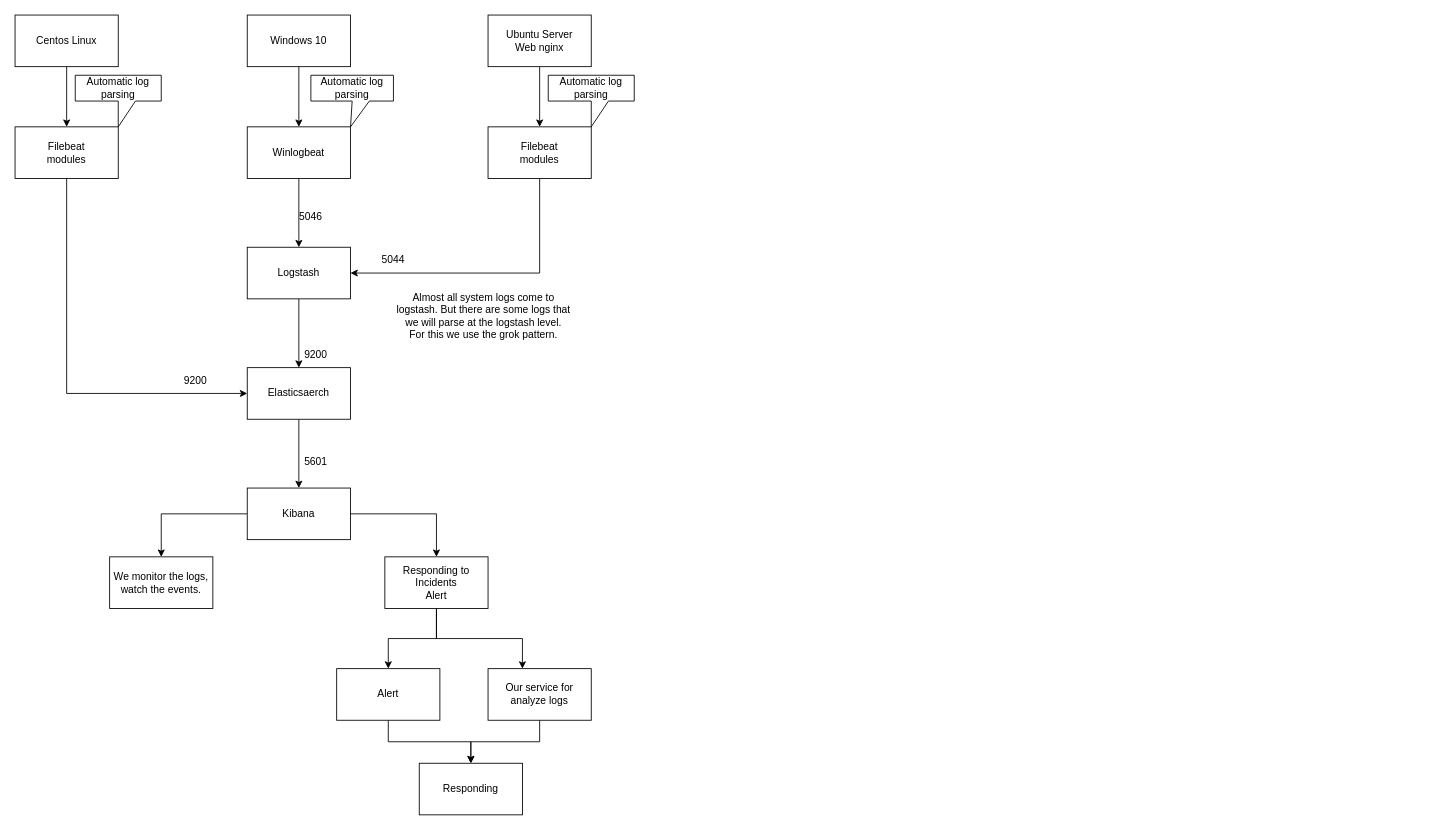
Before: Untitled Diagram.drawio in KDimash/Schema1.0, a draw.io diagram. Source tidied: cells renumbered, new cells numbered last; positions are measured from the earlier drawing's top-left corner, leaving out a move shared by most shapes. Both pictures are drawn from the tidied source at 86%, with x=0, y=0 at pixel (15, 15).
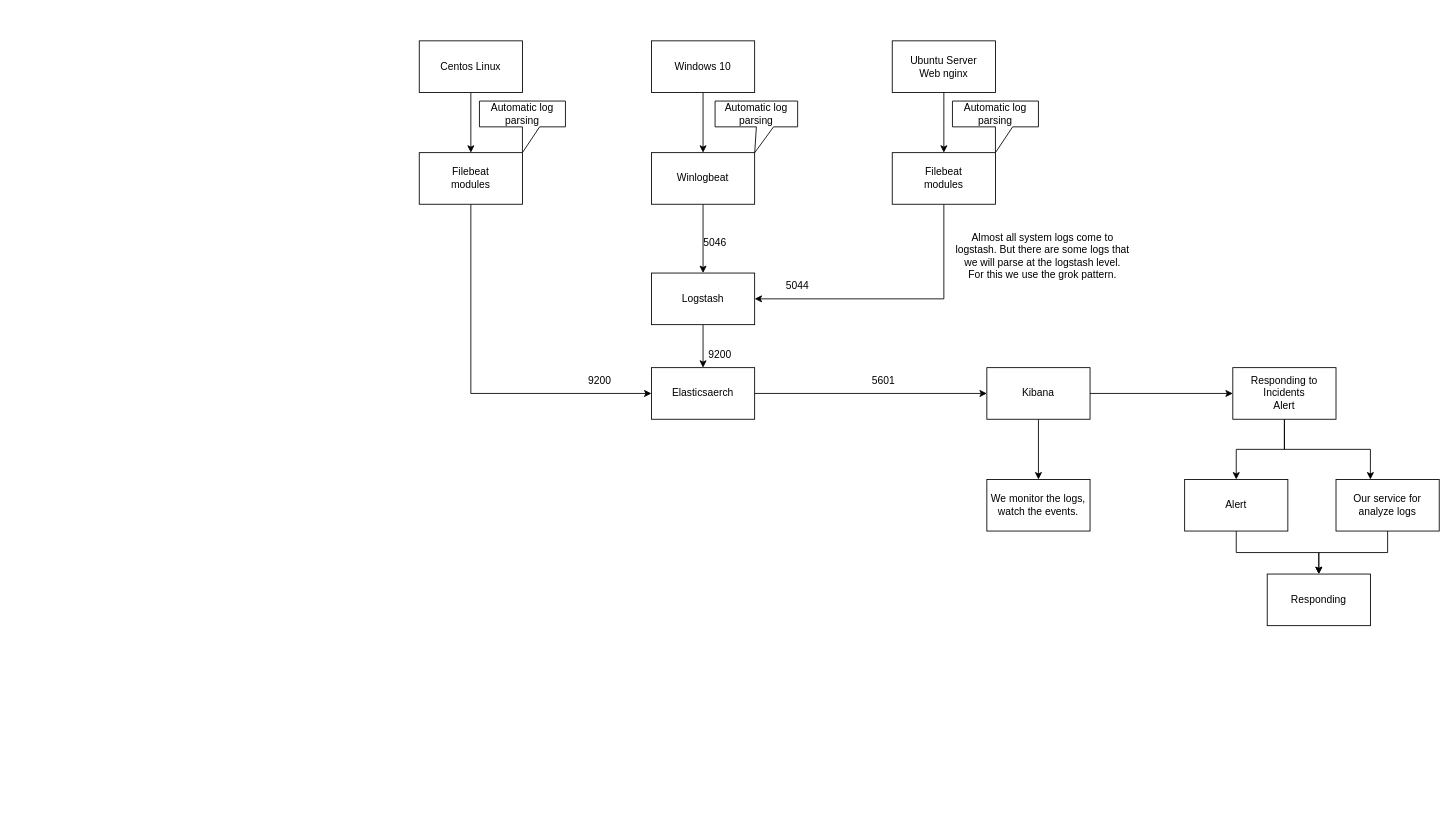
After the change.

The edit, as a diff of the source:
```diff
@@
-    <mxCell id="2" style="edgeStyle=orthogonalEdgeStyle;rounded=0;jettySize=auto;html=1;" parent="1" edge="1" source="3" target="9">
-      <mxGeometry relative="1" as="geometry" />
-    </mxCell>
+    <mxCell id="39" style="edgeStyle=orthogonalEdgeStyle;rounded=0;jettySize=auto;html=1;" parent="1" edge="1" source="3" target="42">
+      <mxGeometry relative="1" as="geometry" />
+    </mxCell>
     <mxCell id="3" value="Centos Linux" style="rounded=0;whiteSpace=wrap;html=1;" parent="1" vertex="1">
-      <mxGeometry width="120" height="60" as="geometry" />
+      <mxGeometry x="470" y="30" width="120" height="60" as="geometry" />
     </mxCell>
-    <mxCell id="4" style="edgeStyle=orthogonalEdgeStyle;rounded=0;jettySize=auto;html=1;" parent="1" edge="1" source="5" target="13">
-      <mxGeometry relative="1" as="geometry" />
-    </mxCell>
+    <mxCell id="40" style="edgeStyle=orthogonalEdgeStyle;rounded=0;jettySize=auto;html=1;" parent="1" edge="1" source="5" target="44">
+      <mxGeometry relative="1" as="geometry" />
+    </mxCell>
     <mxCell id="5" value="Ubuntu Server&lt;br&gt;Web nginx" style="rounded=0;whiteSpace=wrap;html=1;" parent="1" vertex="1">
-      <mxGeometry x="550" width="120" height="60" as="geometry" />
+      <mxGeometry x="1020" y="30" width="120" height="60" as="geometry" />
     </mxCell>
@@
     <mxCell id="7" value="Windows 10" style="rounded=0;whiteSpace=wrap;html=1;" parent="1" vertex="1">
-      <mxGeometry x="270" width="120" height="60" as="geometry" />
+      <mxGeometry x="740" y="30" width="120" height="60" as="geometry" />
     </mxCell>
-    <mxCell id="8" style="edgeStyle=orthogonalEdgeStyle;rounded=0;jettySize=auto;html=1;entryX=0;entryY=0.5;entryDx=0;entryDy=0;" parent="1" edge="1" source="9" target="17">
-      <mxGeometry relative="1" as="geometry">
-        <Array as="points">
-          <mxPoint x="60" y="440" />
-        </Array>
-      </mxGeometry>
-    </mxCell>
-    <mxCell id="9" value="Filebeat&lt;br&gt;modules" style="rounded=0;whiteSpace=wrap;html=1;" parent="1" vertex="1">
-      <mxGeometry y="130" width="120" height="60" as="geometry" />
-    </mxCell>
+    <mxCell id="41" style="edgeStyle=orthogonalEdgeStyle;rounded=0;jettySize=auto;html=1;entryX=0;entryY=0.5;entryDx=0;entryDy=0;" parent="1" edge="1" source="42" target="17">
+      <mxGeometry relative="1" as="geometry">
+        <Array as="points">
+          <mxPoint x="530" y="440" />
+        </Array>
+      </mxGeometry>
+    </mxCell>
+    <mxCell id="42" value="Filebeat&lt;br&gt;modules" style="rounded=0;whiteSpace=wrap;html=1;" parent="1" vertex="1">
+      <mxGeometry x="470" y="160" width="120" height="60" as="geometry" />
+    </mxCell>
@@
     <mxCell id="11" value="Winlogbeat&lt;br&gt;" style="rounded=0;whiteSpace=wrap;html=1;" parent="1" vertex="1">
-      <mxGeometry x="270" y="130" width="120" height="60" as="geometry" />
+      <mxGeometry x="740" y="160" width="120" height="60" as="geometry" />
     </mxCell>
-    <mxCell id="12" style="edgeStyle=orthogonalEdgeStyle;rounded=0;jettySize=auto;html=1;entryX=1;entryY=0.5;entryDx=0;entryDy=0;exitX=0.5;exitY=1;exitDx=0;exitDy=0;" parent="1" edge="1" source="13" target="15">
-      <mxGeometry relative="1" as="geometry" />
-    </mxCell>
-    <mxCell id="13" value="Filebeat&lt;br&gt;modules" style="rounded=0;whiteSpace=wrap;html=1;" parent="1" vertex="1">
-      <mxGeometry x="550" y="130" width="120" height="60" as="geometry" />
-    </mxCell>
+    <mxCell id="43" style="edgeStyle=orthogonalEdgeStyle;rounded=0;jettySize=auto;html=1;entryX=1;entryY=0.5;entryDx=0;entryDy=0;exitX=0.5;exitY=1;exitDx=0;exitDy=0;" parent="1" edge="1" source="44" target="15">
+      <mxGeometry relative="1" as="geometry" />
+    </mxCell>
+    <mxCell id="44" value="Filebeat&lt;br&gt;modules" style="rounded=0;whiteSpace=wrap;html=1;" parent="1" vertex="1">
+      <mxGeometry x="1020" y="160" width="120" height="60" as="geometry" />
+    </mxCell>
@@
     <mxCell id="15" value="Logstash" style="rounded=0;whiteSpace=wrap;html=1;" parent="1" vertex="1">
-      <mxGeometry x="270" y="270" width="120" height="60" as="geometry" />
+      <mxGeometry x="740" y="300" width="120" height="60" as="geometry" />
     </mxCell>
-    <mxCell id="16" style="edgeStyle=orthogonalEdgeStyle;rounded=0;jettySize=auto;html=1;entryX=0.5;entryY=0;entryDx=0;entryDy=0;" parent="1" edge="1" source="17" target="20">
+    <mxCell id="16" style="edgeStyle=orthogonalEdgeStyle;rounded=0;jettySize=auto;html=1;entryX=0;entryY=0.5;entryDx=0;entryDy=0;" parent="1" edge="1" source="17" target="20">
       <mxGeometry relative="1" as="geometry" />
     </mxCell>
     <mxCell id="17" value="Elasticsaerch" style="rounded=0;whiteSpace=wrap;html=1;" parent="1" vertex="1">
-      <mxGeometry x="270" y="410" width="120" height="60" as="geometry" />
+      <mxGeometry x="740" y="410" width="120" height="60" as="geometry" />
     </mxCell>
@@
     <mxCell id="20" value="Kibana" style="rounded=0;whiteSpace=wrap;html=1;" parent="1" vertex="1">
-      <mxGeometry x="270" y="550" width="120" height="60" as="geometry" />
+      <mxGeometry x="1130" y="410" width="120" height="60" as="geometry" />
     </mxCell>
-    <mxCell id="21" value="Automatic log parsing" style="shape=callout;whiteSpace=wrap;html=1;perimeter=calloutPerimeter;" parent="1" vertex="1">
-      <mxGeometry x="70" y="70" width="100" height="60" as="geometry" />
-    </mxCell>
+    <mxCell id="45" value="Automatic log parsing" style="shape=callout;whiteSpace=wrap;html=1;perimeter=calloutPerimeter;" parent="1" vertex="1">
+      <mxGeometry x="540" y="100" width="100" height="60" as="geometry" />
+    </mxCell>
     <mxCell id="22" value="Automatic log parsing" style="shape=callout;whiteSpace=wrap;html=1;perimeter=calloutPerimeter;position2=0.48;" parent="1" vertex="1">
-      <mxGeometry x="344" y="70" width="96" height="60" as="geometry" />
+      <mxGeometry x="814" y="100" width="96" height="60" as="geometry" />
     </mxCell>
-    <mxCell id="23" value="Automatic log parsing" style="shape=callout;whiteSpace=wrap;html=1;perimeter=calloutPerimeter;" parent="1" vertex="1">
-      <mxGeometry x="620" y="70" width="100" height="60" as="geometry" />
-    </mxCell>
+    <mxCell id="46" value="Automatic log parsing" style="shape=callout;whiteSpace=wrap;html=1;perimeter=calloutPerimeter;" parent="1" vertex="1">
+      <mxGeometry x="1090" y="100" width="100" height="60" as="geometry" />
+    </mxCell>
     <mxCell id="24" value="&lt;div&gt;Almost all system logs come to logstash. But there are some logs that we will parse at the logstash level.&lt;/div&gt;&lt;div&gt;For this we use the grok pattern.&lt;/div&gt;" style="text;html=1;strokeColor=none;fillColor=none;align=center;verticalAlign=middle;whiteSpace=wrap;rounded=0;" parent="1" vertex="1">
-      <mxGeometry x="440" y="300" width="210" height="100" as="geometry" />
+      <mxGeometry x="1090" y="230" width="210" height="100" as="geometry" />
     </mxCell>
     <mxCell id="25" value="5044" style="text;html=1;strokeColor=none;fillColor=none;align=center;verticalAlign=middle;whiteSpace=wrap;rounded=0;" parent="1" vertex="1">
-      <mxGeometry x="410" y="270" width="60" height="30" as="geometry" />
+      <mxGeometry x="880" y="300" width="60" height="30" as="geometry" />
     </mxCell>
     <mxCell id="26" value="5046" style="text;html=1;strokeColor=none;fillColor=none;align=center;verticalAlign=middle;whiteSpace=wrap;rounded=0;" parent="1" vertex="1">
-      <mxGeometry x="314" y="220" width="60" height="30" as="geometry" />
+      <mxGeometry x="784" y="250" width="60" height="30" as="geometry" />
     </mxCell>
-    <mxCell id="27" value="9200" style="text;html=1;strokeColor=none;fillColor=none;align=center;verticalAlign=middle;whiteSpace=wrap;rounded=0;" parent="1" vertex="1">
-      <mxGeometry x="180" y="410" width="60" height="30" as="geometry" />
-    </mxCell>
-    <mxCell id="28" value="9200" style="text;html=1;strokeColor=none;fillColor=none;align=center;verticalAlign=middle;whiteSpace=wrap;rounded=0;" parent="1" vertex="1">
-      <mxGeometry x="320" y="380" width="60" height="30" as="geometry" />
-    </mxCell>
+    <mxCell id="47" value="9200" style="text;html=1;strokeColor=none;fillColor=none;align=center;verticalAlign=middle;whiteSpace=wrap;rounded=0;" parent="1" vertex="1">
+      <mxGeometry x="650" y="410" width="60" height="30" as="geometry" />
+    </mxCell>
+    <mxCell id="48" value="9200" style="text;html=1;strokeColor=none;fillColor=none;align=center;verticalAlign=middle;whiteSpace=wrap;rounded=0;" parent="1" vertex="1">
+      <mxGeometry x="790" y="380" width="60" height="30" as="geometry" />
+    </mxCell>
     <mxCell id="29" value="5601" style="text;html=1;strokeColor=none;fillColor=none;align=center;verticalAlign=middle;whiteSpace=wrap;rounded=0;" parent="1" vertex="1">
-      <mxGeometry x="320" y="505" width="60" height="30" as="geometry" />
+      <mxGeometry x="980" y="410" width="60" height="30" as="geometry" />
     </mxCell>
     <mxCell id="30" value="We monitor the logs, watch the events." style="rounded=0;whiteSpace=wrap;html=1;" parent="1" vertex="1">
-      <mxGeometry x="110" y="630" width="120" height="60" as="geometry" />
+      <mxGeometry x="1130" y="540" width="120" height="60" as="geometry" />
     </mxCell>
@@
     <mxCell id="33" value="&lt;div&gt;Responding to Incidents&lt;/div&gt;&lt;div&gt;Alert&lt;/div&gt;" style="rounded=0;whiteSpace=wrap;html=1;" parent="1" vertex="1">
-      <mxGeometry x="430" y="630" width="120" height="60" as="geometry" />
+      <mxGeometry x="1416" y="410" width="120" height="60" as="geometry" />
     </mxCell>
@@
     <mxCell id="35" value="Alert" style="rounded=0;whiteSpace=wrap;html=1;" parent="1" vertex="1">
-      <mxGeometry x="374" y="760" width="120" height="60" as="geometry" />
+      <mxGeometry x="1360" y="540" width="120" height="60" as="geometry" />
     </mxCell>
@@
     <mxCell id="37" value="Our service for analyze logs" style="rounded=0;whiteSpace=wrap;html=1;" parent="1" vertex="1">
-      <mxGeometry x="550" y="760" width="120" height="60" as="geometry" />
+      <mxGeometry x="1536" y="540" width="120" height="60" as="geometry" />
     </mxCell>
     <mxCell id="38" value="Responding" style="rounded=0;whiteSpace=wrap;html=1;" parent="1" vertex="1">
-      <mxGeometry x="470" y="870" width="120" height="60" as="geometry" />
+      <mxGeometry x="1456" y="650" width="120" height="60" as="geometry" />
     </mxCell>
```
